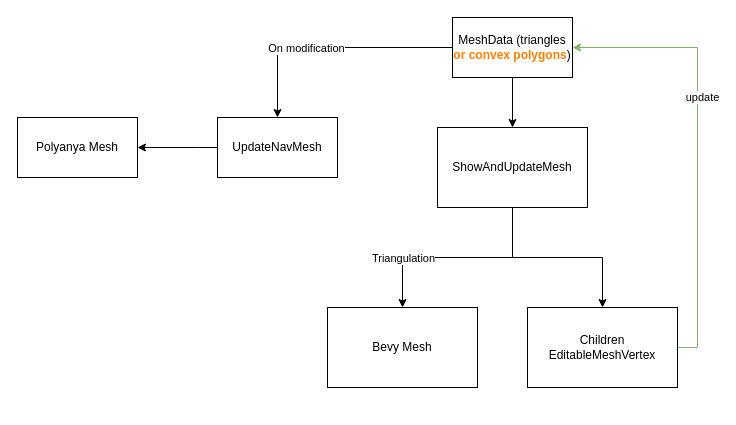
Earlier version of the draw.io diagram doc/meshquisse.drawio (Vrixyz/meshquisse). Source tidied: cells renumbered, new cells numbered last; positions are measured from the earlier drawing's top-left corner, leaving out a move shared by most shapes. Both pictures are drawn from the tidied source at 100%, with x=0, y=0 at pixel (17, 17).
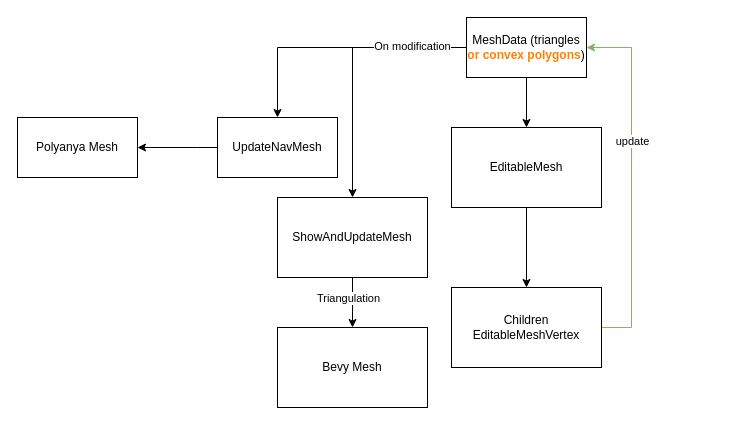
The same diagram, later.

Commit message (it also covers changes not shown here):
update tech diagram

The change refers to these unchanged cells:
```xml
<mxCell id="2" style="edgeStyle=orthogonalEdgeStyle;rounded=0;jettySize=auto;html=1;" parent="1" edge="1" source="5" target="7">
  <mxGeometry relative="1" as="geometry" />
</mxCell>
<mxCell id="8" style="edgeStyle=orthogonalEdgeStyle;rounded=0;jettySize=auto;html=1;" parent="1" edge="1" source="13" target="14">
  <mxGeometry relative="1" as="geometry" />
</mxCell>
```

Change to the diagram source:
```diff
@@
+    <mxCell id="4" style="edgeStyle=orthogonalEdgeStyle;rounded=0;jettySize=auto;html=1;exitX=0;exitY=0.5;exitDx=0;exitDy=0;" parent="1" edge="1" source="5" target="13">
+      <mxGeometry relative="1" as="geometry" />
+    </mxCell>
-    <mxCell id="3" value="&lt;div&gt;On modification&lt;/div&gt;" style="edgeLabel;html=1;align=center;verticalAlign=middle;" parent="2" vertex="1">
-      <mxGeometry x="-0.18" relative="1" as="geometry">
-        <mxPoint x="-47" as="offset" />
+    <mxCell id="3" value="&lt;div&gt;On modification&lt;/div&gt;" style="edgeLabel;html=1;align=center;verticalAlign=middle;fontColor=#000000;" parent="4" vertex="1">
+      <mxGeometry x="-0.75" y="1" relative="1" as="geometry">
+        <mxPoint x="-22" y="-3" as="offset" />
       </mxGeometry>
     </mxCell>
-    <mxCell id="4" style="edgeStyle=orthogonalEdgeStyle;rounded=0;jettySize=auto;html=1;" parent="1" edge="1" source="5" target="13">
-      <mxGeometry relative="1" as="geometry" />
-    </mxCell>
     <mxCell id="5" value="&lt;div&gt;MeshData (triangles &lt;font color=&quot;#FF8000&quot;&gt;&lt;b&gt;or convex polygons&lt;/b&gt;&lt;/font&gt;)&lt;br&gt;&lt;/div&gt;" style="rounded=0;whiteSpace=wrap;html=1;" parent="1" vertex="1">
-      <mxGeometry x="435" width="120" height="60" as="geometry" />
+      <mxGeometry x="449" width="120" height="60" as="geometry" />
     </mxCell>
@@
     <mxCell id="9" value="&lt;span&gt;Triangulation&lt;/span&gt;" style="edgeLabel;html=1;align=center;verticalAlign=middle;fontColor=#000000;fontStyle=0;" parent="8" vertex="1">
       <mxGeometry x="0.21" relative="1" as="geometry">
-        <mxPoint x="-33" as="offset" />
+        <mxPoint x="-5" y="-10" as="offset" />
       </mxGeometry>
     </mxCell>
-    <mxCell id="10" style="edgeStyle=orthogonalEdgeStyle;rounded=0;jettySize=auto;html=1;" parent="1" edge="1" source="13" target="16">
+    <mxCell id="10" style="edgeStyle=orthogonalEdgeStyle;rounded=0;jettySize=auto;html=1;exitX=0.5;exitY=1;exitDx=0;exitDy=0;" parent="1" edge="1" source="18" target="16">
       <mxGeometry relative="1" as="geometry" />
     </mxCell>
     <mxCell id="11" style="edgeStyle=orthogonalEdgeStyle;rounded=0;jettySize=auto;html=1;entryX=1;entryY=0.5;entryDx=0;entryDy=0;exitX=1;exitY=0.5;exitDx=0;exitDy=0;fillColor=#d5e8d4;strokeColor=#82b366;" parent="1" edge="1" source="16" target="5">
-      <mxGeometry relative="1" as="geometry" />
+      <mxGeometry relative="1" as="geometry">
+        <Array as="points">
+          <mxPoint x="614" y="310" />
+          <mxPoint x="614" y="30" />
+        </Array>
+      </mxGeometry>
     </mxCell>
     <mxCell id="12" value="&lt;div&gt;update&lt;/div&gt;" style="edgeLabel;html=1;align=center;verticalAlign=middle;" parent="11" vertex="1">
-      <mxGeometry x="0.22" y="-4" relative="1" as="geometry" />
+      <mxGeometry x="0.22" y="-4" relative="1" as="geometry">
+        <mxPoint x="-4" as="offset" />
+      </mxGeometry>
     </mxCell>
     <mxCell id="13" value="&lt;div&gt;ShowAndUpdateMesh&lt;/div&gt;" style="rounded=0;whiteSpace=wrap;html=1;" parent="1" vertex="1">
-      <mxGeometry x="420" y="110" width="150" height="80" as="geometry" />
+      <mxGeometry x="260" y="180" width="150" height="80" as="geometry" />
     </mxCell>
     <mxCell id="14" value="&lt;div&gt;Bevy Mesh&lt;/div&gt;" style="rounded=0;whiteSpace=wrap;html=1;" parent="1" vertex="1">
-      <mxGeometry x="310" y="290" width="150" height="80" as="geometry" />
+      <mxGeometry x="260" y="310" width="150" height="80" as="geometry" />
     </mxCell>
@@
     <mxCell id="16" value="Children EditableMeshVertex" style="rounded=0;whiteSpace=wrap;html=1;" parent="1" vertex="1">
-      <mxGeometry x="510" y="290" width="150" height="80" as="geometry" />
+      <mxGeometry x="434" y="270" width="150" height="80" as="geometry" />
     </mxCell>
+    <mxCell id="17" style="edgeStyle=orthogonalEdgeStyle;rounded=0;jettySize=auto;html=1;exitX=0.5;exitY=1;exitDx=0;exitDy=0;entryX=0.5;entryY=0;entryDx=0;entryDy=0;fontColor=#000000;" parent="1" edge="1" source="5" target="18">
+      <mxGeometry relative="1" as="geometry" />
+    </mxCell>
+    <mxCell id="18" value="&lt;div&gt;EditableMesh&lt;/div&gt;" style="rounded=0;whiteSpace=wrap;html=1;" parent="1" vertex="1">
+      <mxGeometry x="434" y="110" width="150" height="80" as="geometry" />
+    </mxCell>
```
